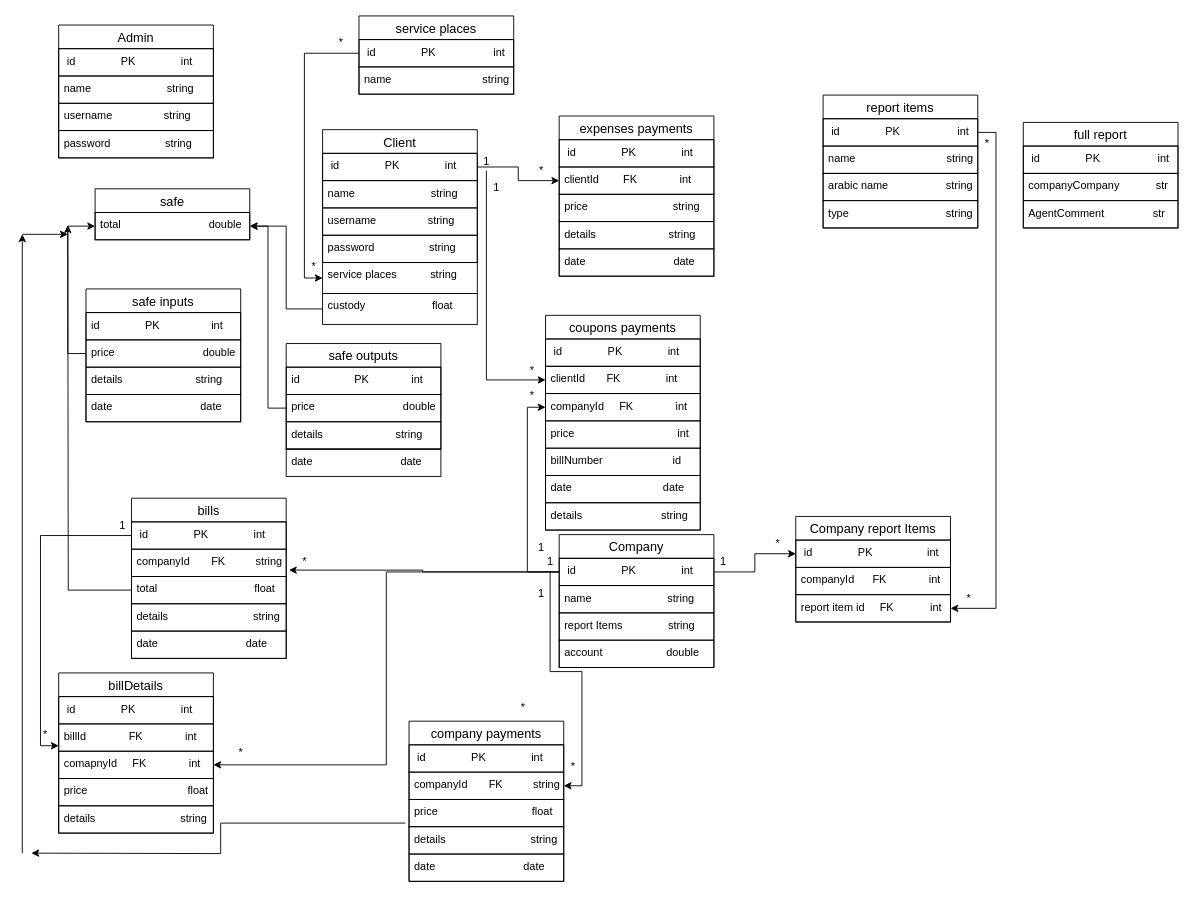
This is page "schema" (1 of 3) of system-design.drawio from mohammedlokma/system-frontend, a draw.io file, before an edit. Source tidied: cells renumbered, new cells numbered last; positions are measured from the earlier drawing's top-left corner, leaving out a move shared by most shapes. Both pictures are drawn from the tidied source at 91%, with x=0, y=0 at pixel (22, 15).
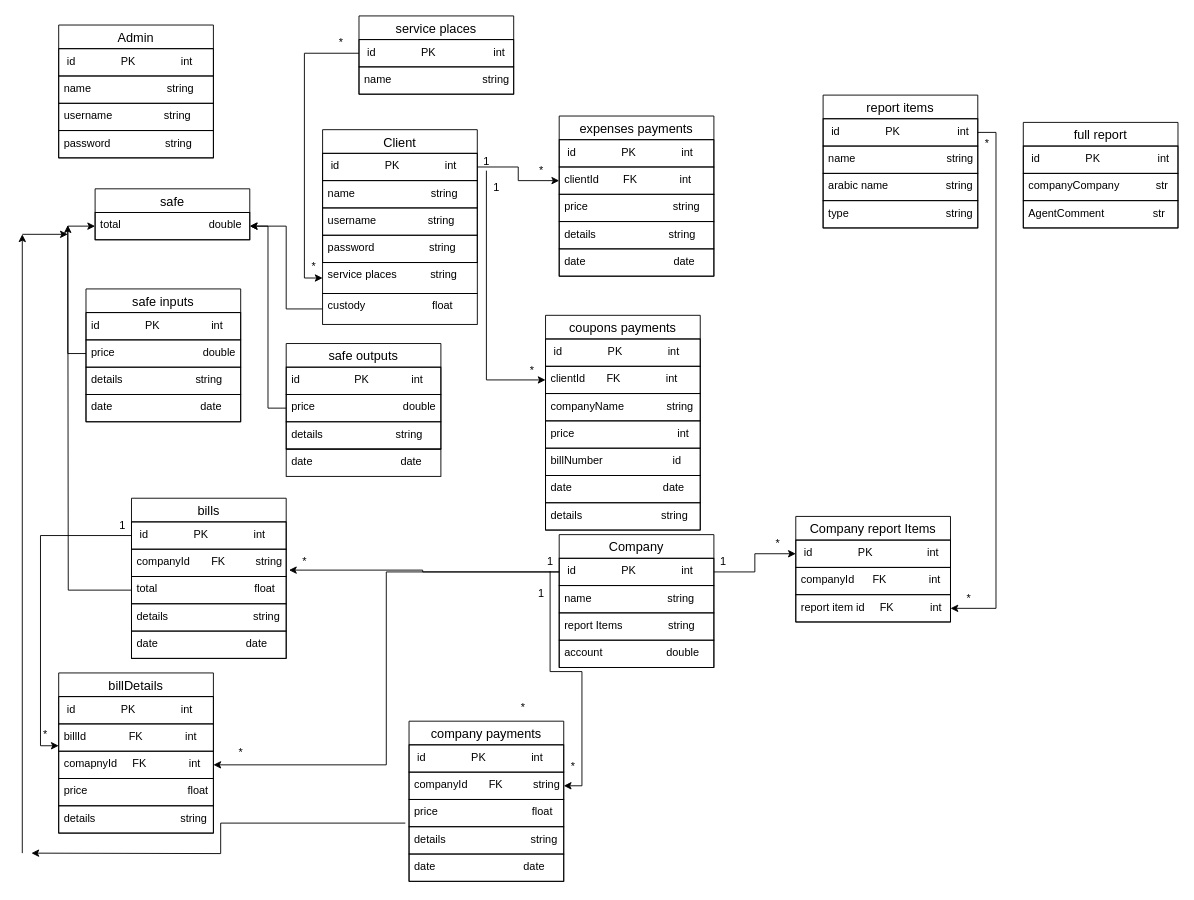
After the change.

Unchanged cells that the change refers to:
```xml
<mxCell id="34" value=" id               PK               int" style="text;strokeColor=default;fillColor=none;spacingLeft=4;spacingRight=4;overflow=hidden;points=[[0,0.5],[1,0.5]];portConstraint=eastwest;fontSize=12;" parent="33" vertex="1">
  <mxGeometry y="26" width="170" height="30" as="geometry" />
</mxCell>
<mxCell id="52" value="coupons payments" style="swimlane;fontStyle=0;horizontal=1;startSize=26;align=center;fontSize=14;" parent="1" vertex="1">
  <mxGeometry x="575" y="329" width="170" height="236" as="geometry" />
</mxCell>
```

Change to the diagram source:
```diff
@@
-    <mxCell id="55" value="companyId     FK              int" style="text;strokeColor=default;fillColor=none;spacingLeft=4;spacingRight=4;overflow=hidden;points=[[0,0.5],[1,0.5]];portConstraint=eastwest;fontSize=12;" parent="52" vertex="1">
+    <mxCell id="55" value="companyName              string" style="text;strokeColor=default;fillColor=none;spacingLeft=4;spacingRight=4;overflow=hidden;points=[[0,0.5],[1,0.5]];portConstraint=eastwest;fontSize=12;" parent="52" vertex="1">
       <mxGeometry y="86" width="170" height="30" as="geometry" />
     </mxCell>
@@
-    <mxCell id="60" style="edgeStyle=orthogonalEdgeStyle;rounded=0;jettySize=auto;html=1;exitX=0;exitY=0.5;exitDx=0;exitDy=0;entryX=0;entryY=0.5;entryDx=0;entryDy=0;fontFamily=Helvetica;fontSize=12;fontColor=default;" parent="1" edge="1" source="34" target="55">
-      <mxGeometry relative="1" as="geometry" />
-    </mxCell>
@@
-    <mxCell id="86" value="*" style="text;html=1;align=center;verticalAlign=middle;strokeColor=none;fillColor=none;" parent="1" vertex="1">
-      <mxGeometry x="545" y="403" width="30" height="30" as="geometry" />
-    </mxCell>
-    <mxCell id="87" value="1" style="text;html=1;align=center;verticalAlign=middle;strokeColor=none;fillColor=none;" parent="1" vertex="1">
-      <mxGeometry x="555" y="570" width="30" height="30" as="geometry" />
-    </mxCell>
```
